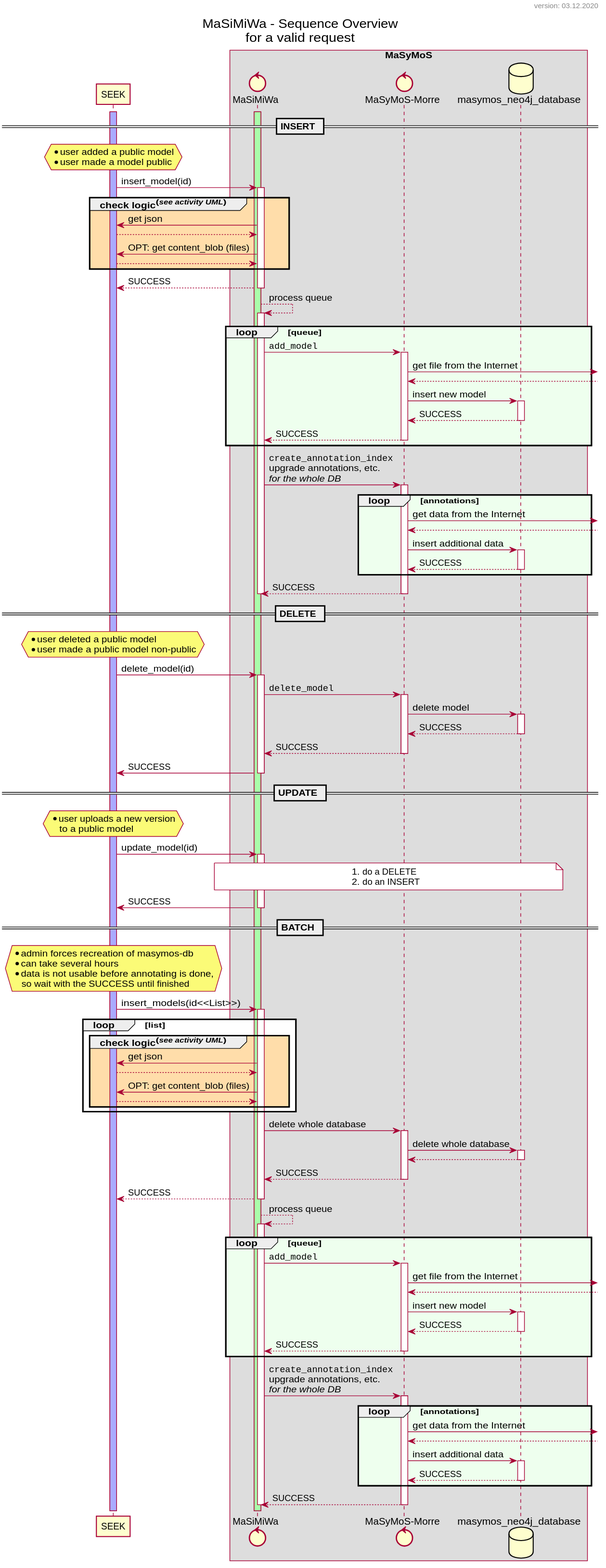
MaSyMoS/masymos-seek-middleware keeps this PlantUML diagram as dev/uml/sequence_overview.svg. Above is the earlier version.
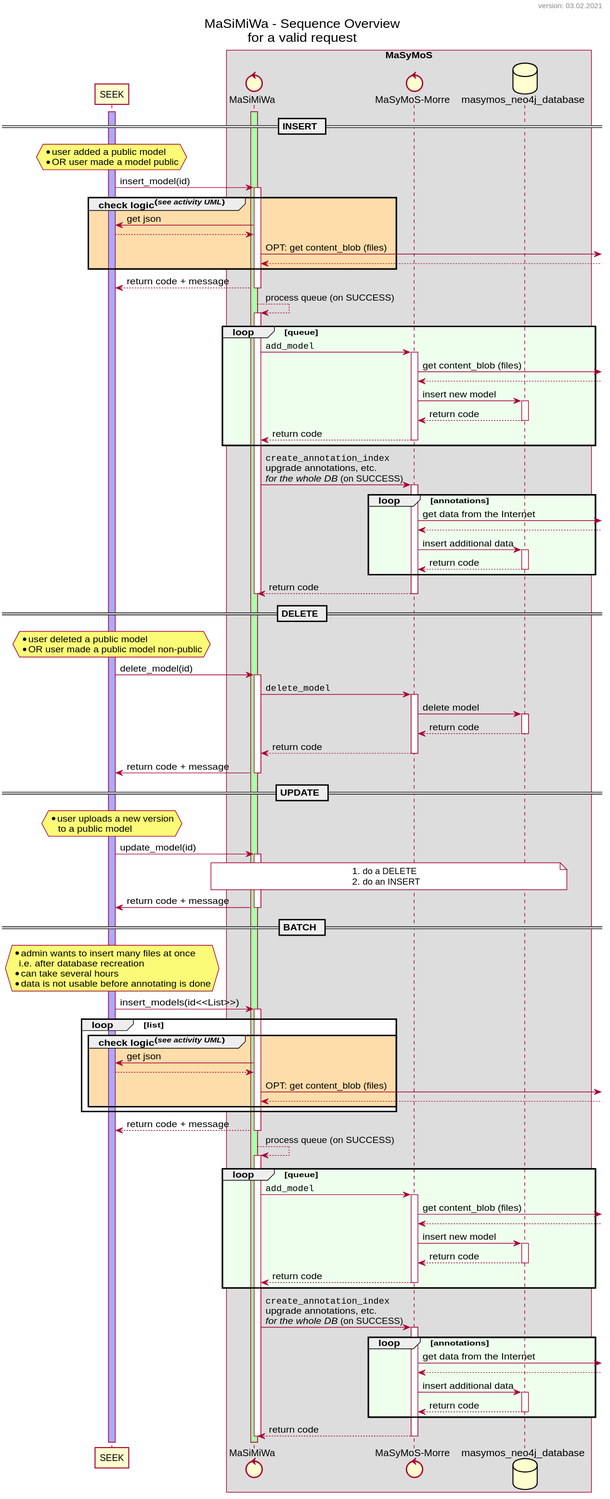
The same file after the commit.

Commit message:
docs: updated sequence_overview UML

Change to the diagram source:
```diff
@@ -13,14 +13,14 @@
 seek            <-      miwa            : get json
 seek            -->     miwa
 
-seek            <-      miwa            : OPT: get content_blob (files)
-seek            -->     miwa
+miwa            ->]            : OPT: get content_blob (files)
+miwa            <--]
 
 end
 !enddefinelong
 
 !definelong process_queue()
-miwa            -->     miwa            : process queue
+miwa            -->     miwa            : process queue (on SUCCESS)
 
     activate miwa
 
@@ -29,20 +29,20 @@
     miwa            ->      morre           : ""add_model""
         activate morre
 
-        morre           ->]                     : get file from the Internet
+        morre           ->]                     : get content_blob (files)
         morre           <--]
 
         morre           ->      db              : insert new model
             activate db
-        morre           <--     db              : SUCCESS
+        morre           <--     db              : return code
             deactivate db
 
-    miwa            <--     morre           : SUCCESS
+    miwa            <--     morre           : return code
         deactivate morre
 
     end
 
-    miwa            ->      morre           : ""create_annotation_index""\nupgrade annotations, etc.\n//for the whole DB//
+    miwa            ->      morre           : ""create_annotation_index""\nupgrade annotations, etc.\n//for the whole DB// (on SUCCESS)
         activate morre
 
         loop #efe annotations
@@ -52,12 +52,12 @@
 
         morre           ->      db              : insert additional data
             activate db
-        morre           <--     db              : SUCCESS
+        morre           <--     db              : return code
             deactivate db
 
         end
 
-    miwa            <--     morre           : SUCCESS
+    miwa            <--     morre           : return code
         deactivate morre
 
     deactivate miwa
@@ -83,7 +83,7 @@
 
 hnote over seek
     * user added a public model
-    * user made a model public
+    * OR user made a model public
 end note
 
 seek            ->      miwa            : insert_model(id)
@@ -91,7 +91,7 @@
 
 check_logic()
 
-seek            <--     miwa            : SUCCESS
+seek            <--     miwa            : return code + message
     deactivate miwa
 
 process_queue()
@@ -106,7 +106,7 @@
 
 hnote over seek
     * user deleted a public model
-    * user made a public model non-public
+    * OR user made a public model non-public
 end note
 
 seek            ->      miwa            : delete_model(id)
@@ -117,13 +117,13 @@
 
         morre           ->      db              : delete model
             activate db
-        morre           <--     db              : SUCCESS
+        morre           <--     db              : return code
             deactivate db
 
-    miwa            <--     morre           : SUCCESS
+    miwa            <--     morre           : return code
         deactivate morre
 
-seek            <-      miwa            : SUCCESS
+seek            <-      miwa            : return code + message
     deactivate miwa
 
 
@@ -146,7 +146,7 @@
         # do an INSERT
     end note
 
-seek            <-      miwa            : SUCCESS
+seek            <-      miwa            : return code + message
     deactivate miwa
 
 
@@ -155,10 +155,10 @@
 == BATCH ==
 
 hnote over seek
-    * admin forces recreation of masymos-db
+    * admin wants to insert many files at once
+      i.e. after database recreation
     * can take several hours
-    * data is not usable before annotating is done,
-       so wait with the SUCCESS until finished
+    * data is not usable before annotating is done
 end note
 
 
@@ -169,16 +169,7 @@
 check_logic()
 end
 
-miwa            ->      morre           : delete whole database
-    activate morre
-    morre           ->      db              : delete whole database
-        activate db
-    morre           <--     db
-        deactivate db
-miwa            <--     morre           : SUCCESS
-    deactivate morre
-
-seek            <--     miwa            : SUCCESS
+seek            <--     miwa            : return code + message
 deactivate miwa
 
 process_queue()
```
